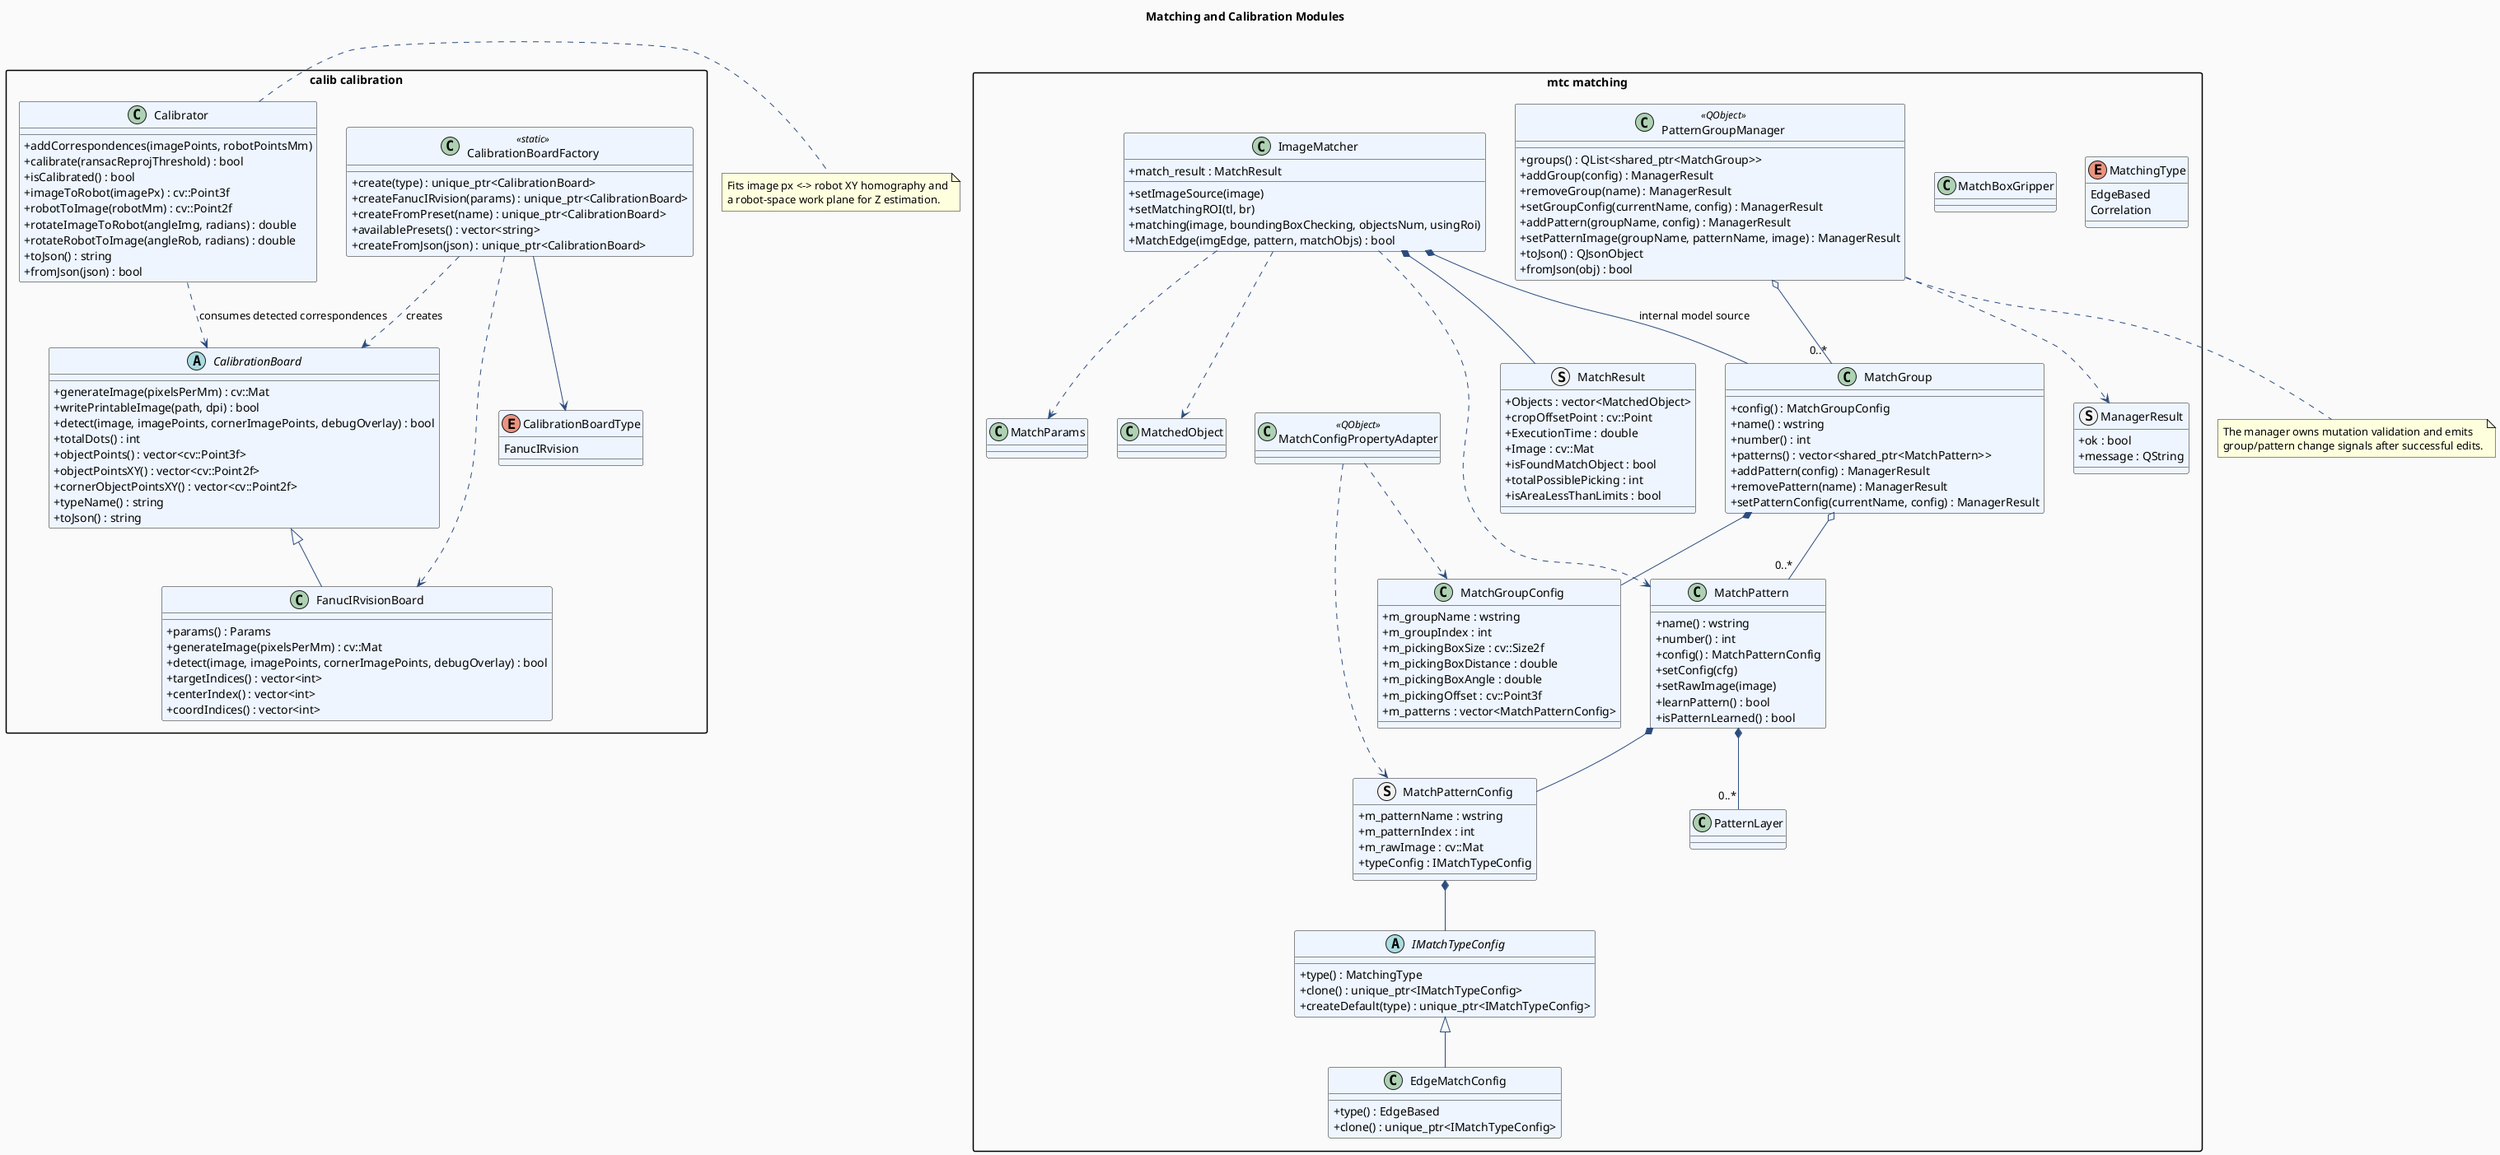
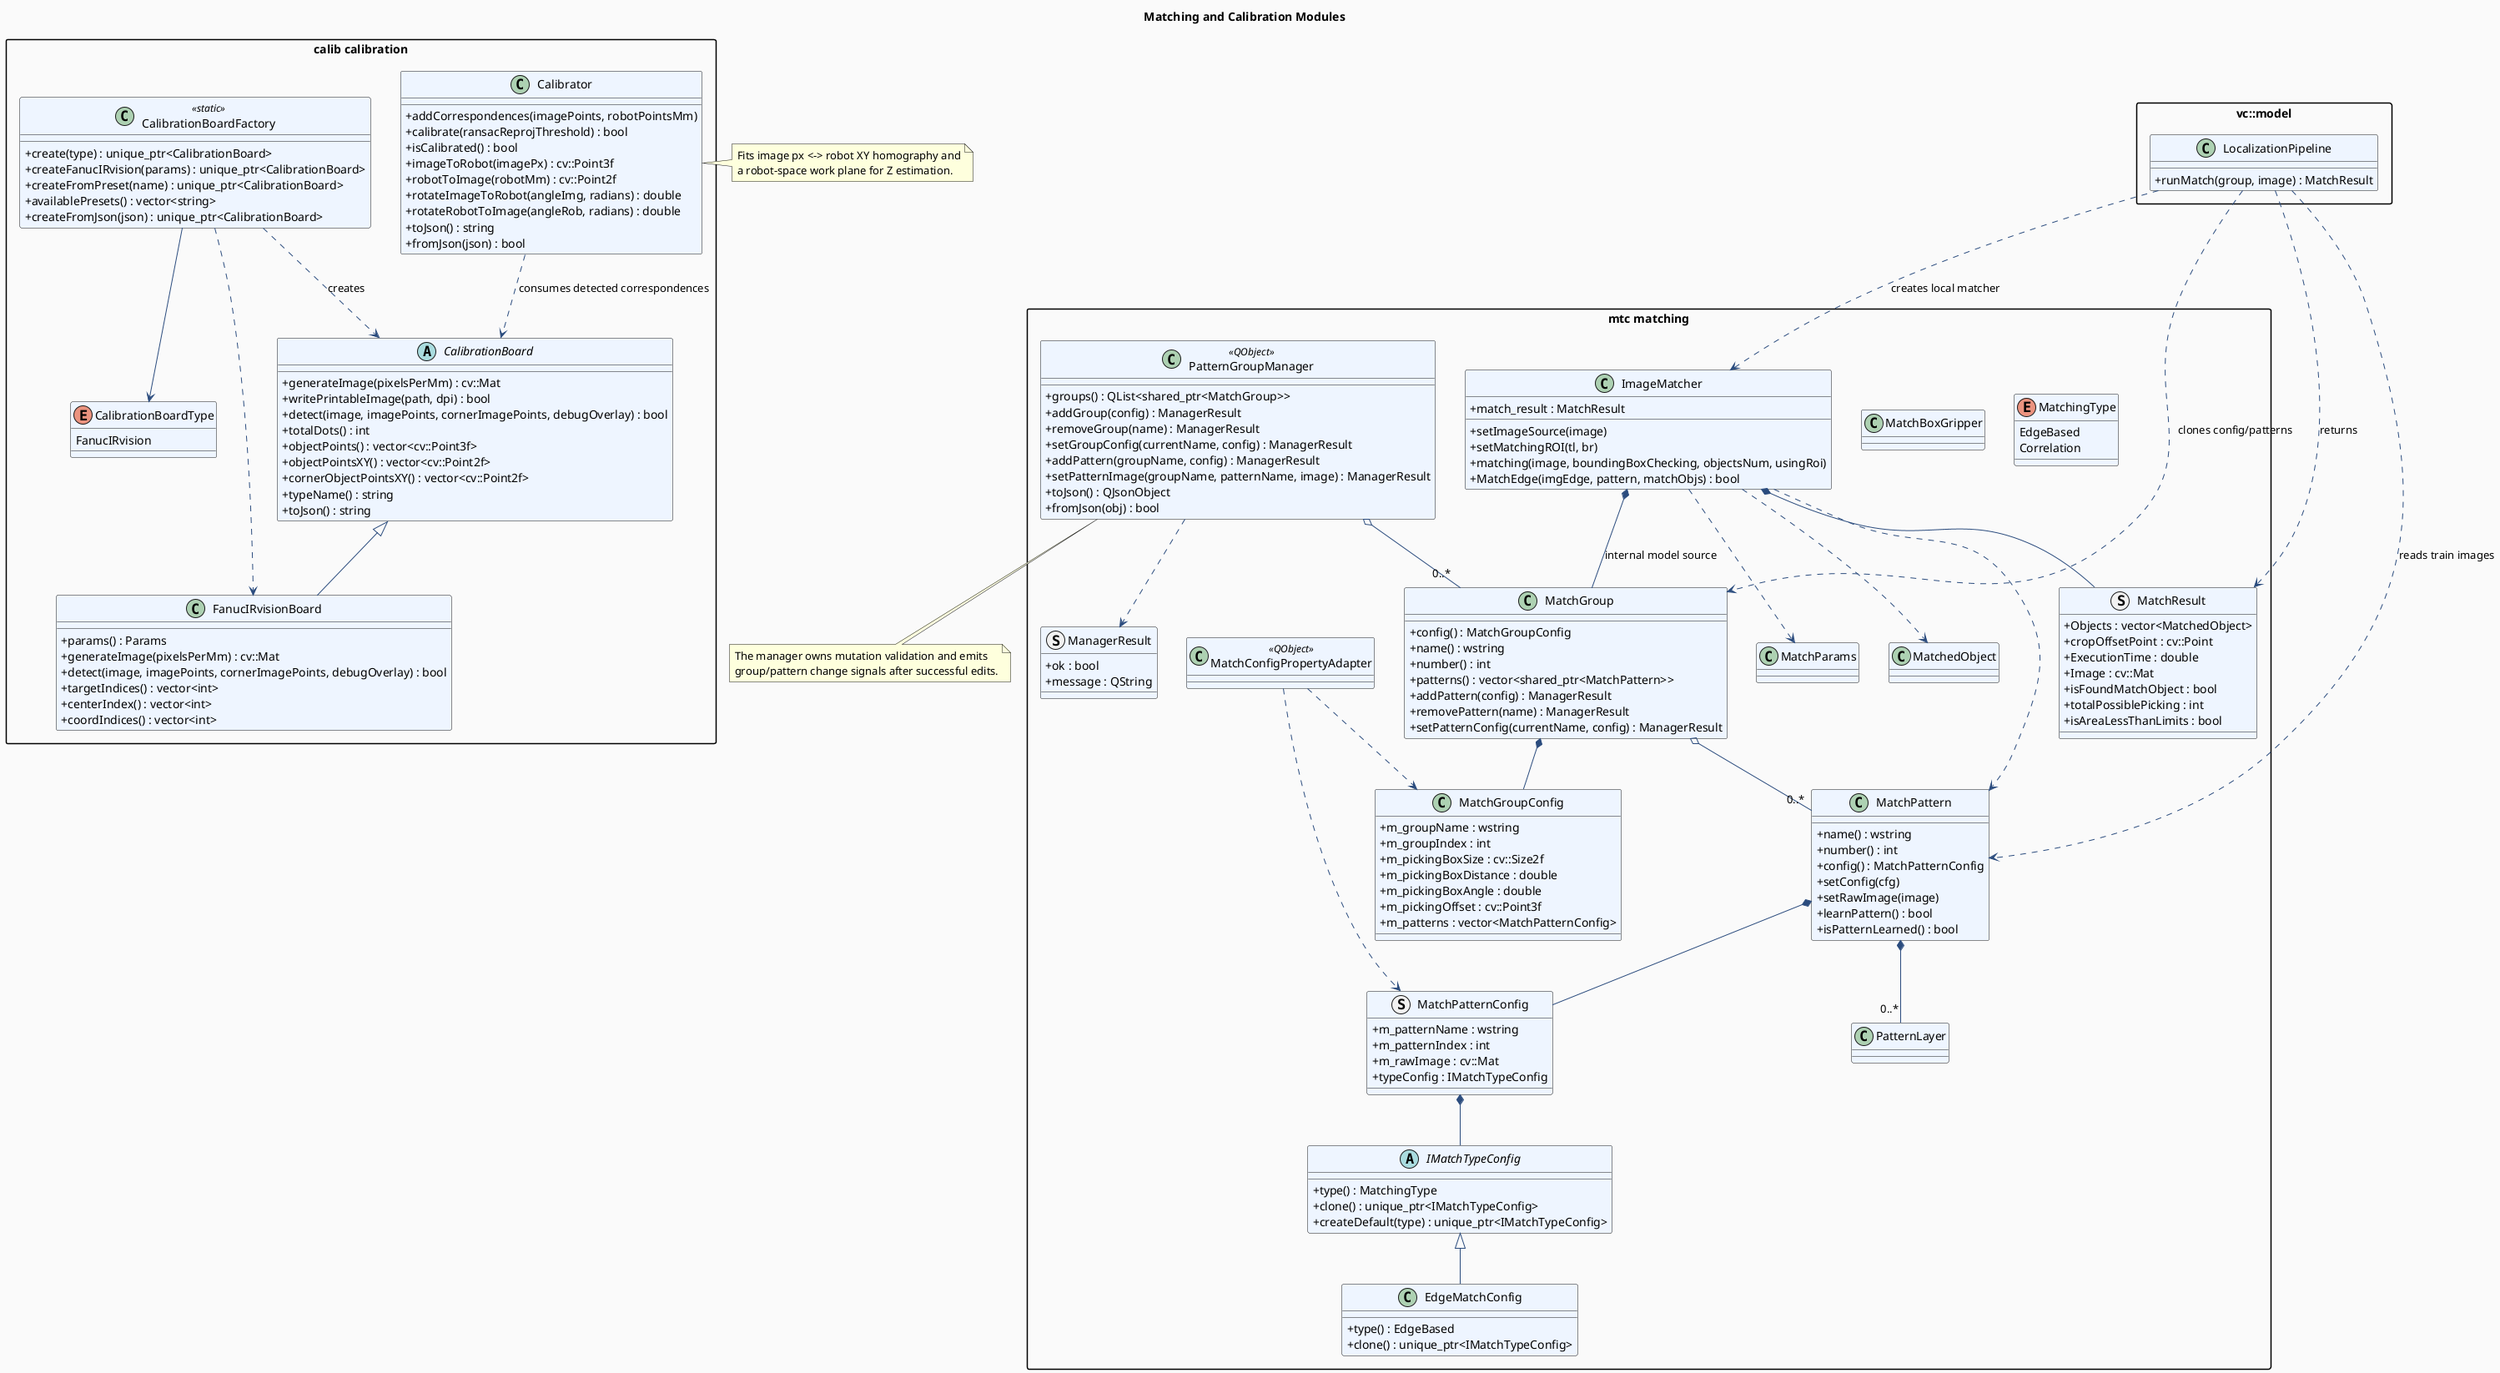
@startuml matching_calibration
title Matching and Calibration Modules

skinparam backgroundColor #FAFAFA
skinparam shadowing false
skinparam classAttributeIconSize 0
skinparam packageStyle rectangle
skinparam ArrowColor #2B4C7E
skinparam ClassBackgroundColor #EEF5FF

package "mtc matching" {
  enum MatchingType {
    EdgeBased
    Correlation
  }

  struct ManagerResult {
    +ok : bool
    +message : QString
  }

  abstract class IMatchTypeConfig {
    +type() : MatchingType
    +clone() : unique_ptr<IMatchTypeConfig>
    +createDefault(type) : unique_ptr<IMatchTypeConfig>
  }

  class EdgeMatchConfig {
    +type() : EdgeBased
    +clone() : unique_ptr<IMatchTypeConfig>
  }

  struct MatchPatternConfig {
    +m_patternName : wstring
    +m_patternIndex : int
    +m_rawImage : cv::Mat
    +typeConfig : IMatchTypeConfig
  }

  class PatternLayer
  class MatchParams
  class MatchedObject
  class MatchBoxGripper

  class MatchPattern {
    +name() : wstring
    +number() : int
    +config() : MatchPatternConfig
    +setConfig(cfg)
    +setRawImage(image)
    +learnPattern() : bool
    +isPatternLearned() : bool
  }

  class MatchGroupConfig {
    +m_groupName : wstring
    +m_groupIndex : int
    +m_pickingBoxSize : cv::Size2f
    +m_pickingBoxDistance : double
    +m_pickingBoxAngle : double
    +m_pickingOffset : cv::Point3f
    +m_patterns : vector<MatchPatternConfig>
  }

  class MatchGroup {
    +config() : MatchGroupConfig
    +name() : wstring
    +number() : int
    +patterns() : vector<shared_ptr<MatchPattern>>
    +addPattern(config) : ManagerResult
    +removePattern(name) : ManagerResult
    +setPatternConfig(currentName, config) : ManagerResult
  }

  class PatternGroupManager <<QObject>> {
    +groups() : QList<shared_ptr<MatchGroup>>
    +addGroup(config) : ManagerResult
    +removeGroup(name) : ManagerResult
    +setGroupConfig(currentName, config) : ManagerResult
    +addPattern(groupName, config) : ManagerResult
    +setPatternImage(groupName, patternName, image) : ManagerResult
    +toJson() : QJsonObject
    +fromJson(obj) : bool
  }

  struct MatchResult {
    +Objects : vector<MatchedObject>
    +cropOffsetPoint : cv::Point
    +ExecutionTime : double
    +Image : cv::Mat
    +isFoundMatchObject : bool
    +totalPossiblePicking : int
    +isAreaLessThanLimits : bool
  }

  class ImageMatcher {
    +setImageSource(image)
    +setMatchingROI(tl, br)
    +matching(image, boundingBoxChecking, objectsNum, usingRoi)
    +MatchEdge(imgEdge, pattern, matchObjs) : bool
    +match_result : MatchResult
  }

  class MatchConfigPropertyAdapter <<QObject>>
}

+ package "vc::model" {
+   class LocalizationPipeline {
+     +runMatch(group, image) : MatchResult
+   }
+ }
+ 
package "calib calibration" {
  abstract class CalibrationBoard {
    +generateImage(pixelsPerMm) : cv::Mat
    +writePrintableImage(path, dpi) : bool
    +detect(image, imagePoints, cornerImagePoints, debugOverlay) : bool
    +totalDots() : int
    +objectPoints() : vector<cv::Point3f>
    +objectPointsXY() : vector<cv::Point2f>
    +cornerObjectPointsXY() : vector<cv::Point2f>
    +typeName() : string
    +toJson() : string
  }

  class FanucIRvisionBoard {
    +params() : Params
    +generateImage(pixelsPerMm) : cv::Mat
    +detect(image, imagePoints, cornerImagePoints, debugOverlay) : bool
    +targetIndices() : vector<int>
    +centerIndex() : vector<int>
    +coordIndices() : vector<int>
  }

  class CalibrationBoardFactory <<static>> {
    +create(type) : unique_ptr<CalibrationBoard>
    +createFanucIRvision(params) : unique_ptr<CalibrationBoard>
    +createFromPreset(name) : unique_ptr<CalibrationBoard>
    +availablePresets() : vector<string>
    +createFromJson(json) : unique_ptr<CalibrationBoard>
  }

  class Calibrator {
    +addCorrespondences(imagePoints, robotPointsMm)
    +calibrate(ransacReprojThreshold) : bool
    +isCalibrated() : bool
    +imageToRobot(imagePx) : cv::Point3f
    +robotToImage(robotMm) : cv::Point2f
    +rotateImageToRobot(angleImg, radians) : double
    +rotateRobotToImage(angleRob, radians) : double
    +toJson() : string
    +fromJson(json) : bool
  }

  enum CalibrationBoardType {
    FanucIRvision
  }
}

IMatchTypeConfig <|-- EdgeMatchConfig
MatchPatternConfig *-- IMatchTypeConfig
MatchPattern *-- MatchPatternConfig
MatchPattern *-- "0..*" PatternLayer
MatchGroup *-- MatchGroupConfig
MatchGroup o-- "0..*" MatchPattern
PatternGroupManager o-- "0..*" MatchGroup
PatternGroupManager ..> ManagerResult

ImageMatcher *-- MatchGroup : internal model source
ImageMatcher *-- MatchResult
ImageMatcher ..> MatchPattern
ImageMatcher ..> MatchParams
ImageMatcher ..> MatchedObject

+ LocalizationPipeline ..> MatchGroup : clones config/patterns
+ LocalizationPipeline ..> MatchPattern : reads train images
+ LocalizationPipeline ..> ImageMatcher : creates local matcher
+ LocalizationPipeline ..> MatchResult : returns
+ 
MatchConfigPropertyAdapter ..> MatchPatternConfig
MatchConfigPropertyAdapter ..> MatchGroupConfig

CalibrationBoard <|-- FanucIRvisionBoard
CalibrationBoardFactory ..> CalibrationBoard : creates
CalibrationBoardFactory ..> FanucIRvisionBoard
CalibrationBoardFactory --> CalibrationBoardType
Calibrator ..> CalibrationBoard : consumes detected correspondences

note right of Calibrator
  Fits image px <-> robot XY homography and
  a robot-space work plane for Z estimation.
end note

note bottom of PatternGroupManager
  The manager owns mutation validation and emits
  group/pattern change signals after successful edits.
end note

@enduml
